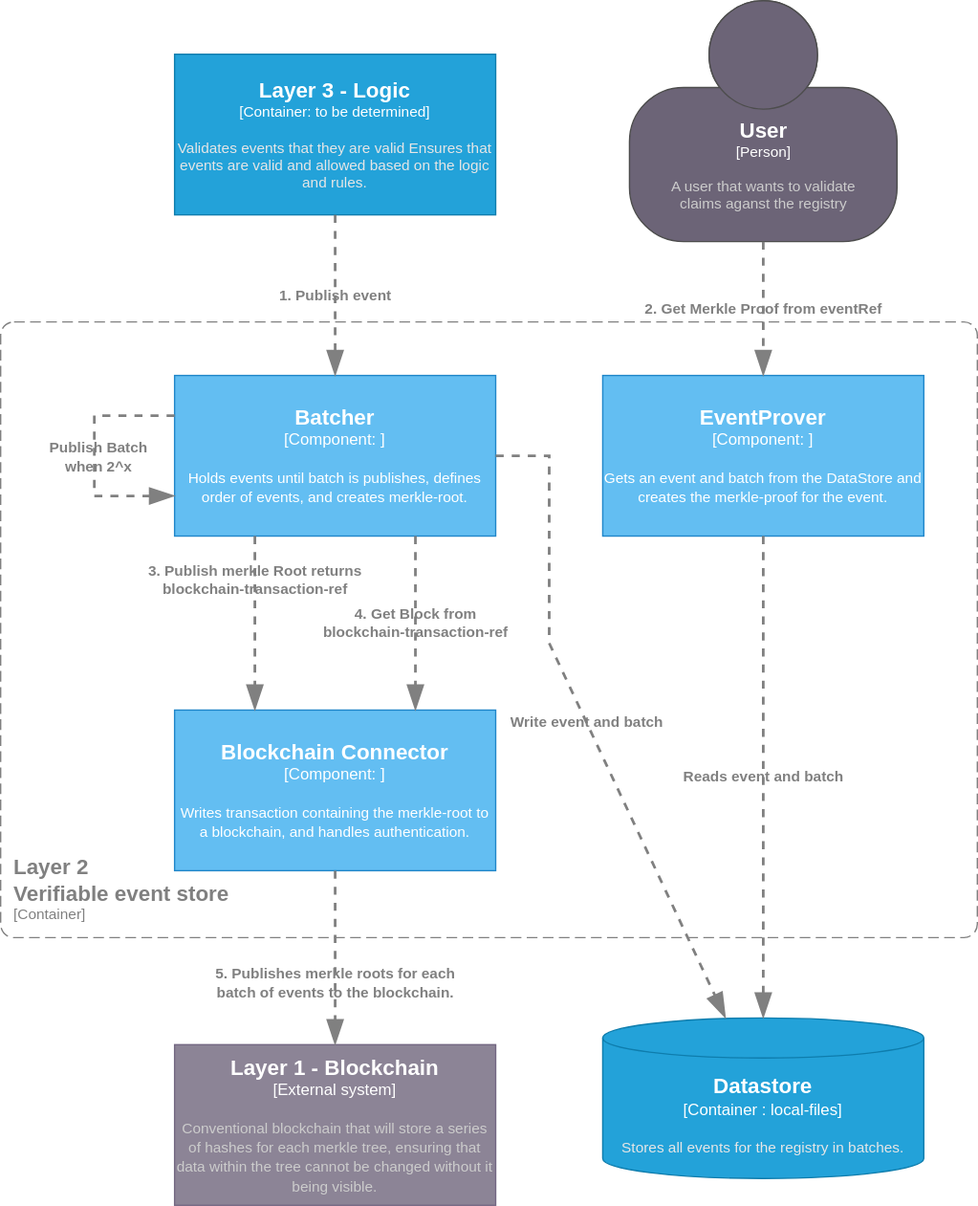
project-origin/registry keeps this draw.io diagram as doc/layer2_verifiable_event_store/component_diagra.drawio.svg. Above is the earlier version. Source tidied: cells renumbered, new cells last; positions are measured from the earlier drawing's top-left corner, leaving out a move shared by most shapes. Its diagram source:
```xml
<mxGraphModel>
  <root>
    <mxCell id="0" />
    <mxCell id="1" parent="0" />
    <object id="2" label="&lt;font style=&quot;font-size: 16px&quot;&gt;&lt;b&gt;&lt;div style=&quot;text-align: left&quot;&gt;%c4Name%&lt;/div&gt;&lt;/b&gt;&lt;/font&gt;&lt;div style=&quot;text-align: left&quot;&gt;[%c4Application%]&lt;/div&gt;" c4Application="Container" c4Name="Layer 2&#10;Verifiable event store" c4Type="ContainerScopeBoundary" placeholders="1">
      <mxCell style="rounded=1;fontSize=11;whiteSpace=wrap;html=1;dashed=1;arcSize=20;fillColor=none;strokeColor=#808080;fontColor=#808080;labelBackgroundColor=none;align=left;verticalAlign=bottom;labelBorderColor=none;spacingTop=0;spacing=10;dashPattern=8 4;perimeter=rectanglePerimeter;labelPadding=0;absoluteArcSize=1;" parent="1" vertex="1">
        <mxGeometry y="240" width="730" height="460" as="geometry" />
      </mxCell>
    </object>
    <object id="3" label="&lt;font style=&quot;font-size: 16px&quot;&gt;&lt;b&gt;%c4Name%&lt;/b&gt;&lt;/font&gt;&lt;div&gt;[%c4Type%]&lt;/div&gt;&lt;br&gt;&lt;div&gt;&lt;font style=&quot;font-size: 11px&quot;&gt;&lt;font color=&quot;#cccccc&quot;&gt;%c4Description%&lt;/font&gt;&lt;/div&gt;" c4Description="Conventional blockchain that will store a series of hashes for each merkle tree, ensuring that data within the tree cannot be changed without it being visible." c4Name="Layer 1 - Blockchain" c4Type="External system" placeholders="1">
      <mxCell style="rounded=0;whiteSpace=wrap;html=1;labelBackgroundColor=none;fillColor=#8C8496;fontColor=#ffffff;align=center;arcSize=10;strokeColor=#736782;points=[[0.25,0,0],[0.5,0,0],[0.75,0,0],[1,0.25,0],[1,0.5,0],[1,0.75,0],[0.75,1,0],[0.5,1,0],[0.25,1,0],[0,0.75,0],[0,0.5,0],[0,0.25,0]];" parent="1" vertex="1">
        <mxGeometry x="130" y="780" width="240" height="120" as="geometry" />
      </mxCell>
    </object>
    <object id="4" label="&lt;font style=&quot;font-size: 16px&quot;&gt;&lt;b&gt;%c4Name%&lt;/b&gt;&lt;/font&gt;&lt;div&gt;[%c4Type%: %c4Technology%]&lt;/div&gt;&lt;br&gt;&lt;div&gt;&lt;font style=&quot;font-size: 11px&quot;&gt;&lt;font color=&quot;#E6E6E6&quot;&gt;%c4Description%&lt;/font&gt;&lt;/div&gt;" c4Description="Validates events that they are valid Ensures that events are valid and allowed based on the logic and rules." c4Name="Layer 3 - Logic" c4Technology="to be determined" c4Type="Container" placeholders="1">
      <mxCell style="rounded=0;whiteSpace=wrap;html=1;fontSize=11;labelBackgroundColor=none;fillColor=#23A2D9;fontColor=#ffffff;align=center;arcSize=10;strokeColor=#0E7DAD;points=[[0.25,0,0],[0.5,0,0],[0.75,0,0],[1,0.25,0],[1,0.5,0],[1,0.75,0],[0.75,1,0],[0.5,1,0],[0.25,1,0],[0,0.75,0],[0,0.5,0],[0,0.25,0]];" parent="1" vertex="1">
        <mxGeometry x="130" y="40" width="240" height="120" as="geometry" />
      </mxCell>
    </object>
    <object id="5" label="&lt;font style=&quot;font-size: 16px&quot;&gt;&lt;b&gt;%c4Type%&lt;/font&gt;&lt;div&gt;[%c4Container%:&amp;nbsp;%c4Technology%]&lt;/div&gt;&lt;br&gt;&lt;div&gt;&lt;font style=&quot;font-size: 11px&quot;&gt;&lt;font color=&quot;#E6E6E6&quot;&gt;%c4Description%&lt;/font&gt;&lt;/div&gt;" c4Container="Container " c4Description="Stores all events for the registry in batches." c4Technology="local-files" c4Type="Datastore" placeholders="1">
      <mxCell style="shape=cylinder3;size=15;whiteSpace=wrap;html=1;boundedLbl=1;rounded=0;labelBackgroundColor=none;fillColor=#23A2D9;fontSize=12;fontColor=#ffffff;align=center;strokeColor=#0E7DAD;points=[[0.5,0,0],[1,0.25,0],[1,0.5,0],[1,0.75,0],[0.5,1,0],[0,0.75,0],[0,0.5,0],[0,0.25,0]];" parent="1" vertex="1">
        <mxGeometry x="450" y="760" width="240" height="120" as="geometry" />
      </mxCell>
    </object>
    <object id="6" label="&lt;font style=&quot;font-size: 16px&quot;&gt;&lt;b&gt;%c4Name%&lt;/b&gt;&lt;/font&gt;&lt;div&gt;[%c4Type%]&lt;/div&gt;&lt;br&gt;&lt;div&gt;&lt;font style=&quot;font-size: 11px&quot;&gt;&lt;font color=&quot;#cccccc&quot;&gt;%c4Description%&lt;/font&gt;&lt;/div&gt;" c4Description="A user that wants to validate &#10;claims aganst the registry" c4Name="User" c4Type="Person" placeholders="1">
      <mxCell style="html=1;fontSize=11;dashed=0;whitespace=wrap;fillColor=#6C6477;strokeColor=#4D4D4D;fontColor=#ffffff;shape=mxgraph.c4.person2;align=center;points=[[0.5,0,0],[1,0.5,0],[1,0.75,0],[0.75,1,0],[0.5,1,0],[0.25,1,0],[0,0.75,0],[0,0.5,0]];rounded=0;" parent="1" vertex="1">
        <mxGeometry x="470" width="200" height="180" as="geometry" />
      </mxCell>
    </object>
    <object id="7" label="&lt;font style=&quot;font-size: 16px&quot;&gt;&lt;b&gt;%c4Name%&lt;/b&gt;&lt;/font&gt;&lt;div&gt;[%c4Type%: %c4Technology%]&lt;/div&gt;&lt;br&gt;&lt;div&gt;&lt;font style=&quot;font-size: 11px&quot;&gt;%c4Description%&lt;/font&gt;&lt;/div&gt;" c4Description="Holds events until batch is publishes, defines order of events, and creates merkle-root." c4Name="Batcher" c4Technology="" c4Type="Component" placeholders="1">
      <mxCell style="rounded=0;whiteSpace=wrap;html=1;labelBackgroundColor=none;fillColor=#63BEF2;fontColor=#ffffff;align=center;arcSize=6;strokeColor=#2086C9;points=[[0.25,0,0],[0.5,0,0],[0.75,0,0],[1,0.25,0],[1,0.5,0],[1,0.75,0],[0.75,1,0],[0.5,1,0],[0.25,1,0],[0,0.75,0],[0,0.5,0],[0,0.25,0]];" parent="1" vertex="1">
        <mxGeometry x="130" y="280" width="240" height="120" as="geometry" />
      </mxCell>
    </object>
    <object id="8" label="&lt;font style=&quot;font-size: 16px&quot;&gt;&lt;b&gt;%c4Name%&lt;/b&gt;&lt;/font&gt;&lt;div&gt;[%c4Type%: %c4Technology%]&lt;/div&gt;&lt;br&gt;&lt;div&gt;&lt;font style=&quot;font-size: 11px&quot;&gt;%c4Description%&lt;/font&gt;&lt;/div&gt;" c4Description="Gets an event and batch from the DataStore and creates the merkle-proof for the event." c4Name="EventProver" c4Technology="" c4Type="Component" placeholders="1">
      <mxCell style="rounded=0;whiteSpace=wrap;html=1;labelBackgroundColor=none;fillColor=#63BEF2;fontColor=#ffffff;align=center;arcSize=6;strokeColor=#2086C9;points=[[0.25,0,0],[0.5,0,0],[0.75,0,0],[1,0.25,0],[1,0.5,0],[1,0.75,0],[0.75,1,0],[0.5,1,0],[0.25,1,0],[0,0.75,0],[0,0.5,0],[0,0.25,0]];" parent="1" vertex="1">
        <mxGeometry x="450" y="280" width="240" height="120" as="geometry" />
      </mxCell>
    </object>
    <object id="9" label="&lt;font style=&quot;font-size: 16px&quot;&gt;&lt;b&gt;%c4Name%&lt;/b&gt;&lt;/font&gt;&lt;div&gt;[%c4Type%: %c4Technology%]&lt;/div&gt;&lt;br&gt;&lt;div&gt;&lt;font style=&quot;font-size: 11px&quot;&gt;%c4Description%&lt;/font&gt;&lt;/div&gt;" c4Description="Writes transaction containing the merkle-root to a blockchain, and handles authentication." c4Name="Blockchain Connector" c4Technology="" c4Type="Component" placeholders="1">
      <mxCell style="rounded=0;whiteSpace=wrap;html=1;labelBackgroundColor=none;fillColor=#63BEF2;fontColor=#ffffff;align=center;arcSize=6;strokeColor=#2086C9;points=[[0.25,0,0],[0.5,0,0],[0.75,0,0],[1,0.25,0],[1,0.5,0],[1,0.75,0],[0.75,1,0],[0.5,1,0],[0.25,1,0],[0,0.75,0],[0,0.5,0],[0,0.25,0]];" parent="1" vertex="1">
        <mxGeometry x="130" y="530" width="240" height="120" as="geometry" />
      </mxCell>
    </object>
    <object id="10" label="&lt;div style=&quot;text-align: left; font-size: 11px;&quot;&gt;&lt;div style=&quot;text-align: center; font-size: 11px;&quot;&gt;&lt;b style=&quot;font-size: 11px;&quot;&gt;%c4Description%&lt;/b&gt;&lt;/div&gt;&lt;/div&gt;" c4Description="3. Publish merkle Root returns &#10;blockchain-transaction-ref" c4Type="Relationship" placeholders="1">
      <mxCell style="endArrow=blockThin;html=1;fontSize=11;fontColor=#808080;strokeWidth=2;endFill=1;strokeColor=#808080;elbow=vertical;endSize=14;startSize=14;jumpStyle=arc;jumpSize=16;rounded=0;dashed=1;labelBackgroundColor=none;exitX=0.25;exitY=1;exitDx=0;exitDy=0;exitPerimeter=0;entryX=0.25;entryY=0;entryDx=0;entryDy=0;entryPerimeter=0;" parent="1" edge="1" source="7" target="9">
        <mxGeometry x="-0.5" relative="1" as="geometry" />
      </mxCell>
    </object>
    <object id="11" label="&lt;div style=&quot;text-align: left; font-size: 11px;&quot;&gt;&lt;div style=&quot;text-align: center; font-size: 11px;&quot;&gt;&lt;b style=&quot;font-size: 11px;&quot;&gt;%c4Description%&lt;/b&gt;&lt;/div&gt;&lt;/div&gt;" c4Description="4. Get Block from &#10;blockchain-transaction-ref" c4Type="Relationship" placeholders="1">
      <mxCell style="endArrow=blockThin;html=1;fontSize=11;fontColor=#808080;strokeWidth=2;endFill=1;strokeColor=#808080;elbow=vertical;endSize=14;startSize=14;jumpStyle=arc;jumpSize=16;rounded=0;dashed=1;labelBackgroundColor=none;exitX=0.75;exitY=1;exitDx=0;exitDy=0;exitPerimeter=0;entryX=0.75;entryY=0;entryDx=0;entryDy=0;entryPerimeter=0;" parent="1" edge="1" source="7" target="9">
        <mxGeometry relative="1" as="geometry" />
      </mxCell>
    </object>
    <object id="12" label="&lt;div style=&quot;text-align: left; font-size: 11px;&quot;&gt;&lt;div style=&quot;text-align: center; font-size: 11px;&quot;&gt;&lt;b style=&quot;font-size: 11px;&quot;&gt;%c4Description%&lt;/b&gt;&lt;/div&gt;&lt;/div&gt;" c4Description="5. Publishes merkle roots for each&#10;batch of events to the blockchain." c4Type="Relationship" placeholders="1">
      <mxCell style="endArrow=blockThin;html=1;fontSize=11;fontColor=#808080;strokeWidth=2;endFill=1;strokeColor=#808080;elbow=vertical;endSize=14;startSize=14;jumpStyle=arc;jumpSize=16;rounded=0;dashed=1;labelBackgroundColor=none;exitX=0.5;exitY=1;exitDx=0;exitDy=0;exitPerimeter=0;entryX=0.5;entryY=0;entryDx=0;entryDy=0;entryPerimeter=0;" parent="1" edge="1" source="9" target="3">
        <mxGeometry x="0.29" relative="1" as="geometry" />
      </mxCell>
    </object>
    <object id="13" label="&lt;div style=&quot;text-align: left; font-size: 11px;&quot;&gt;&lt;div style=&quot;text-align: center; font-size: 11px;&quot;&gt;&lt;b style=&quot;font-size: 11px;&quot;&gt;%c4Description%&lt;/b&gt;&lt;/div&gt;&lt;/div&gt;" c4Description="Publish Batch&#10;when 2^x" c4Type="Relationship" placeholders="1">
      <mxCell style="endArrow=blockThin;html=1;fontSize=11;fontColor=#808080;strokeWidth=2;endFill=1;strokeColor=#808080;elbow=vertical;endSize=14;startSize=14;jumpStyle=arc;jumpSize=16;rounded=0;dashed=1;labelBackgroundColor=none;entryX=0;entryY=0.75;entryDx=0;entryDy=0;entryPerimeter=0;exitX=0;exitY=0.25;exitDx=0;exitDy=0;exitPerimeter=0;" parent="1" edge="1" source="7" target="7">
        <mxGeometry x="0.01" y="3" relative="1" as="geometry">
          <Array as="points">
            <mxPoint x="70" y="310" />
            <mxPoint x="70" y="370" />
          </Array>
        </mxGeometry>
      </mxCell>
    </object>
    <object id="14" label="&lt;div style=&quot;text-align: left; font-size: 11px;&quot;&gt;&lt;div style=&quot;text-align: center; font-size: 11px;&quot;&gt;&lt;b style=&quot;font-size: 11px;&quot;&gt;%c4Description%&lt;/b&gt;&lt;/div&gt;&lt;/div&gt;" c4Description="1. Publish event" c4Type="Relationship" placeholders="1">
      <mxCell style="endArrow=blockThin;html=1;fontSize=11;fontColor=#808080;strokeWidth=2;endFill=1;strokeColor=#808080;elbow=vertical;endSize=14;startSize=14;jumpStyle=arc;jumpSize=16;rounded=0;dashed=1;labelBackgroundColor=none;exitX=0.5;exitY=1;exitDx=0;exitDy=0;exitPerimeter=0;entryX=0.5;entryY=0;entryDx=0;entryDy=0;entryPerimeter=0;" parent="1" edge="1" source="4" target="7">
        <mxGeometry relative="1" as="geometry" />
      </mxCell>
    </object>
    <object id="15" label="&lt;div style=&quot;text-align: left; font-size: 11px;&quot;&gt;&lt;div style=&quot;text-align: center; font-size: 11px;&quot;&gt;&lt;b style=&quot;font-size: 11px;&quot;&gt;%c4Description%&lt;/b&gt;&lt;/div&gt;&lt;/div&gt;" c4Description="2. Get Merkle Proof from eventRef" c4Type="Relationship" placeholders="1">
      <mxCell style="endArrow=blockThin;html=1;fontSize=11;fontColor=#808080;strokeWidth=2;endFill=1;strokeColor=#808080;elbow=vertical;endSize=14;startSize=14;jumpStyle=arc;jumpSize=16;rounded=0;dashed=1;labelBackgroundColor=none;exitX=0.5;exitY=1;exitDx=0;exitDy=0;exitPerimeter=0;entryX=0.5;entryY=0;entryDx=0;entryDy=0;entryPerimeter=0;" parent="1" edge="1" source="6" target="8">
        <mxGeometry relative="1" as="geometry" />
      </mxCell>
    </object>
    <object id="16" label="&lt;div style=&quot;text-align: left; font-size: 11px;&quot;&gt;&lt;div style=&quot;text-align: center; font-size: 11px;&quot;&gt;&lt;b style=&quot;font-size: 11px;&quot;&gt;%c4Description%&lt;/b&gt;&lt;/div&gt;&lt;/div&gt;" c4Description="Reads event and batch" c4Type="Relationship" placeholders="1">
      <mxCell style="endArrow=blockThin;html=1;fontSize=11;fontColor=#808080;strokeWidth=2;endFill=1;strokeColor=#808080;elbow=vertical;endSize=14;startSize=14;jumpStyle=arc;jumpSize=16;rounded=0;dashed=1;labelBackgroundColor=none;exitX=0.5;exitY=1;exitDx=0;exitDy=0;exitPerimeter=0;entryX=0.5;entryY=0;entryDx=0;entryDy=0;entryPerimeter=0;" parent="1" edge="1" source="8" target="5">
        <mxGeometry relative="1" as="geometry" />
      </mxCell>
    </object>
    <object id="17" label="&lt;div style=&quot;text-align: left; font-size: 11px;&quot;&gt;&lt;div style=&quot;text-align: center; font-size: 11px;&quot;&gt;&lt;b style=&quot;font-size: 11px;&quot;&gt;%c4Description%&lt;/b&gt;&lt;/div&gt;&lt;/div&gt;" c4Description="Write event and batch" c4Type="Relationship" placeholders="1">
      <mxCell style="endArrow=blockThin;html=1;fontSize=11;fontColor=#808080;strokeWidth=2;endFill=1;strokeColor=#808080;elbow=vertical;endSize=14;startSize=14;jumpStyle=arc;jumpSize=16;rounded=0;dashed=1;labelBackgroundColor=none;exitX=1;exitY=0.5;exitDx=0;exitDy=0;exitPerimeter=0;" parent="1" edge="1" source="7" target="5">
        <mxGeometry relative="1" as="geometry">
          <Array as="points">
            <mxPoint x="410" y="340" />
            <mxPoint x="410" y="480" />
          </Array>
        </mxGeometry>
      </mxCell>
    </object>
  </root>
</mxGraphModel>
```
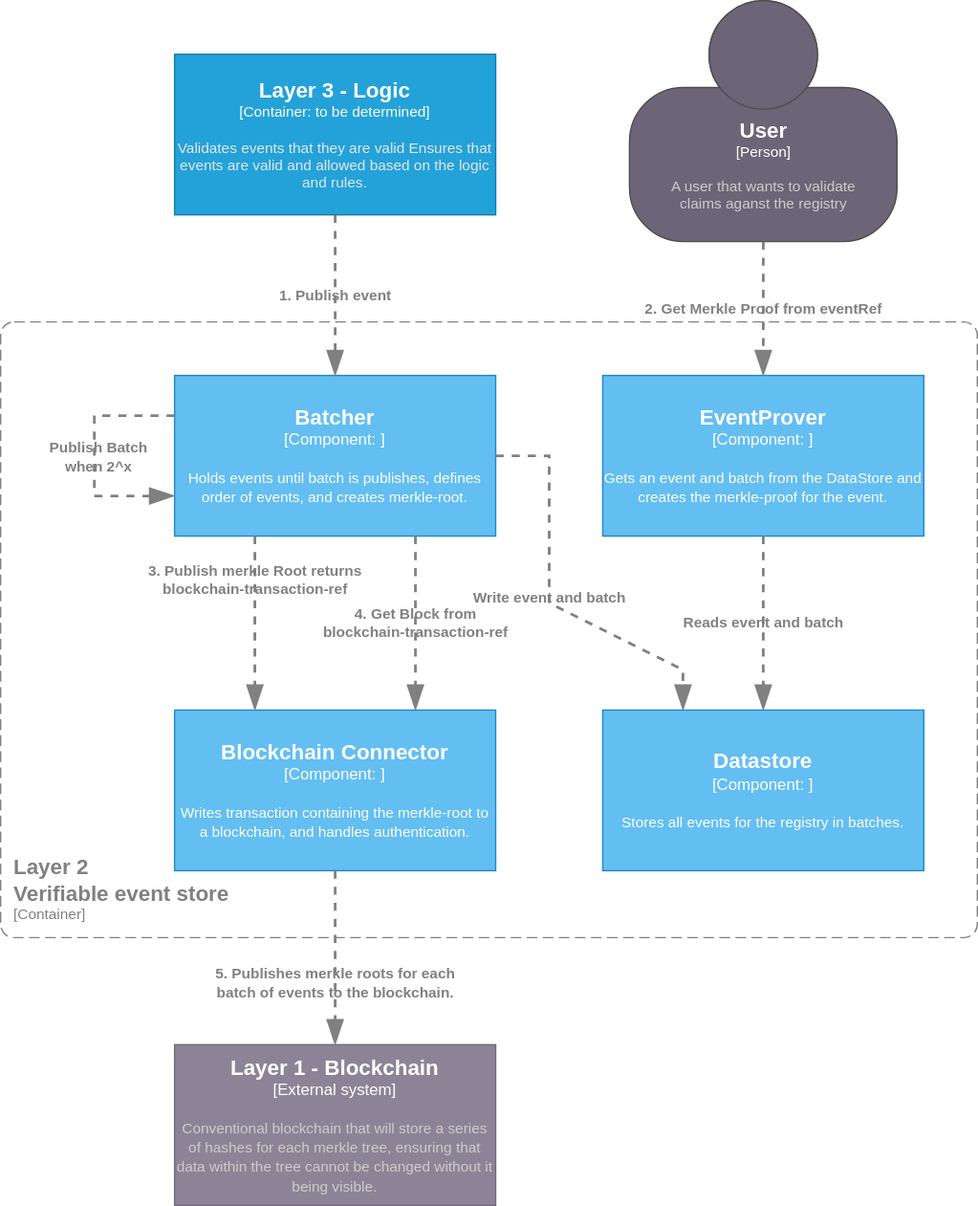
After the commit.

What changed in the source:
```diff
@@ -17,11 +17,6 @@
         <mxGeometry x="130" y="40" width="240" height="120" as="geometry" />
       </mxCell>
     </object>
-    <object id="5" label="&lt;font style=&quot;font-size: 16px&quot;&gt;&lt;b&gt;%c4Type%&lt;/font&gt;&lt;div&gt;[%c4Container%:&amp;nbsp;%c4Technology%]&lt;/div&gt;&lt;br&gt;&lt;div&gt;&lt;font style=&quot;font-size: 11px&quot;&gt;&lt;font color=&quot;#E6E6E6&quot;&gt;%c4Description%&lt;/font&gt;&lt;/div&gt;" c4Container="Container " c4Description="Stores all events for the registry in batches." c4Technology="local-files" c4Type="Datastore" placeholders="1">
-      <mxCell style="shape=cylinder3;size=15;whiteSpace=wrap;html=1;boundedLbl=1;rounded=0;labelBackgroundColor=none;fillColor=#23A2D9;fontSize=12;fontColor=#ffffff;align=center;strokeColor=#0E7DAD;points=[[0.5,0,0],[1,0.25,0],[1,0.5,0],[1,0.75,0],[0.5,1,0],[0,0.75,0],[0,0.5,0],[0,0.25,0]];" parent="1" vertex="1">
-        <mxGeometry x="450" y="760" width="240" height="120" as="geometry" />
-      </mxCell>
-    </object>
     <object id="6" label="&lt;font style=&quot;font-size: 16px&quot;&gt;&lt;b&gt;%c4Name%&lt;/b&gt;&lt;/font&gt;&lt;div&gt;[%c4Type%]&lt;/div&gt;&lt;br&gt;&lt;div&gt;&lt;font style=&quot;font-size: 11px&quot;&gt;&lt;font color=&quot;#cccccc&quot;&gt;%c4Description%&lt;/font&gt;&lt;/div&gt;" c4Description="A user that wants to validate &#10;claims aganst the registry" c4Name="User" c4Type="Person" placeholders="1">
       <mxCell style="html=1;fontSize=11;dashed=0;whitespace=wrap;fillColor=#6C6477;strokeColor=#4D4D4D;fontColor=#ffffff;shape=mxgraph.c4.person2;align=center;points=[[0.5,0,0],[1,0.5,0],[1,0.75,0],[0.75,1,0],[0.5,1,0],[0.25,1,0],[0,0.75,0],[0,0.5,0]];rounded=0;" parent="1" vertex="1">
         <mxGeometry x="470" width="200" height="180" as="geometry" />
@@ -78,19 +73,25 @@
       </mxCell>
     </object>
     <object id="16" label="&lt;div style=&quot;text-align: left; font-size: 11px;&quot;&gt;&lt;div style=&quot;text-align: center; font-size: 11px;&quot;&gt;&lt;b style=&quot;font-size: 11px;&quot;&gt;%c4Description%&lt;/b&gt;&lt;/div&gt;&lt;/div&gt;" c4Description="Reads event and batch" c4Type="Relationship" placeholders="1">
-      <mxCell style="endArrow=blockThin;html=1;fontSize=11;fontColor=#808080;strokeWidth=2;endFill=1;strokeColor=#808080;elbow=vertical;endSize=14;startSize=14;jumpStyle=arc;jumpSize=16;rounded=0;dashed=1;labelBackgroundColor=none;exitX=0.5;exitY=1;exitDx=0;exitDy=0;exitPerimeter=0;entryX=0.5;entryY=0;entryDx=0;entryDy=0;entryPerimeter=0;" parent="1" edge="1" source="8" target="5">
+      <mxCell style="endArrow=blockThin;html=1;fontSize=11;fontColor=#808080;strokeWidth=2;endFill=1;strokeColor=#808080;elbow=vertical;endSize=14;startSize=14;jumpStyle=arc;jumpSize=16;rounded=0;dashed=1;labelBackgroundColor=none;exitX=0.5;exitY=1;exitDx=0;exitDy=0;exitPerimeter=0;entryX=0.5;entryY=0;entryDx=0;entryDy=0;entryPerimeter=0;" parent="1" edge="1" source="8" target="18">
         <mxGeometry relative="1" as="geometry" />
       </mxCell>
     </object>
     <object id="17" label="&lt;div style=&quot;text-align: left; font-size: 11px;&quot;&gt;&lt;div style=&quot;text-align: center; font-size: 11px;&quot;&gt;&lt;b style=&quot;font-size: 11px;&quot;&gt;%c4Description%&lt;/b&gt;&lt;/div&gt;&lt;/div&gt;" c4Description="Write event and batch" c4Type="Relationship" placeholders="1">
-      <mxCell style="endArrow=blockThin;html=1;fontSize=11;fontColor=#808080;strokeWidth=2;endFill=1;strokeColor=#808080;elbow=vertical;endSize=14;startSize=14;jumpStyle=arc;jumpSize=16;rounded=0;dashed=1;labelBackgroundColor=none;exitX=1;exitY=0.5;exitDx=0;exitDy=0;exitPerimeter=0;" parent="1" edge="1" source="7" target="5">
+      <mxCell style="endArrow=blockThin;html=1;fontSize=11;fontColor=#808080;strokeWidth=2;endFill=1;strokeColor=#808080;elbow=vertical;endSize=14;startSize=14;jumpStyle=arc;jumpSize=16;rounded=0;dashed=1;labelBackgroundColor=none;exitX=1;exitY=0.5;exitDx=0;exitDy=0;exitPerimeter=0;entryX=0.25;entryY=0;entryDx=0;entryDy=0;entryPerimeter=0;" parent="1" edge="1" source="7" target="18">
         <mxGeometry relative="1" as="geometry">
           <Array as="points">
             <mxPoint x="410" y="340" />
-            <mxPoint x="410" y="480" />
+            <mxPoint x="410" y="450" />
+            <mxPoint x="510" y="500" />
           </Array>
         </mxGeometry>
       </mxCell>
     </object>
+    <object id="18" label="&lt;font style=&quot;font-size: 16px&quot;&gt;&lt;b&gt;%c4Name%&lt;/b&gt;&lt;/font&gt;&lt;div&gt;[%c4Type%: %c4Technology%]&lt;/div&gt;&lt;br&gt;&lt;div&gt;&lt;font style=&quot;font-size: 11px&quot;&gt;%c4Description%&lt;/font&gt;&lt;/div&gt;" c4Description="Stores all events for the registry in batches." c4Name="Datastore" c4Technology="" c4Type="Component" placeholders="1">
+      <mxCell style="rounded=0;whiteSpace=wrap;html=1;labelBackgroundColor=none;fillColor=#63BEF2;fontColor=#ffffff;align=center;arcSize=6;strokeColor=#2086C9;points=[[0.25,0,0],[0.5,0,0],[0.75,0,0],[1,0.25,0],[1,0.5,0],[1,0.75,0],[0.75,1,0],[0.5,1,0],[0.25,1,0],[0,0.75,0],[0,0.5,0],[0,0.25,0]];" parent="1" vertex="1">
+        <mxGeometry x="450" y="530" width="240" height="120" as="geometry" />
+      </mxCell>
+    </object>
   </root>
 </mxGraphModel>
```
